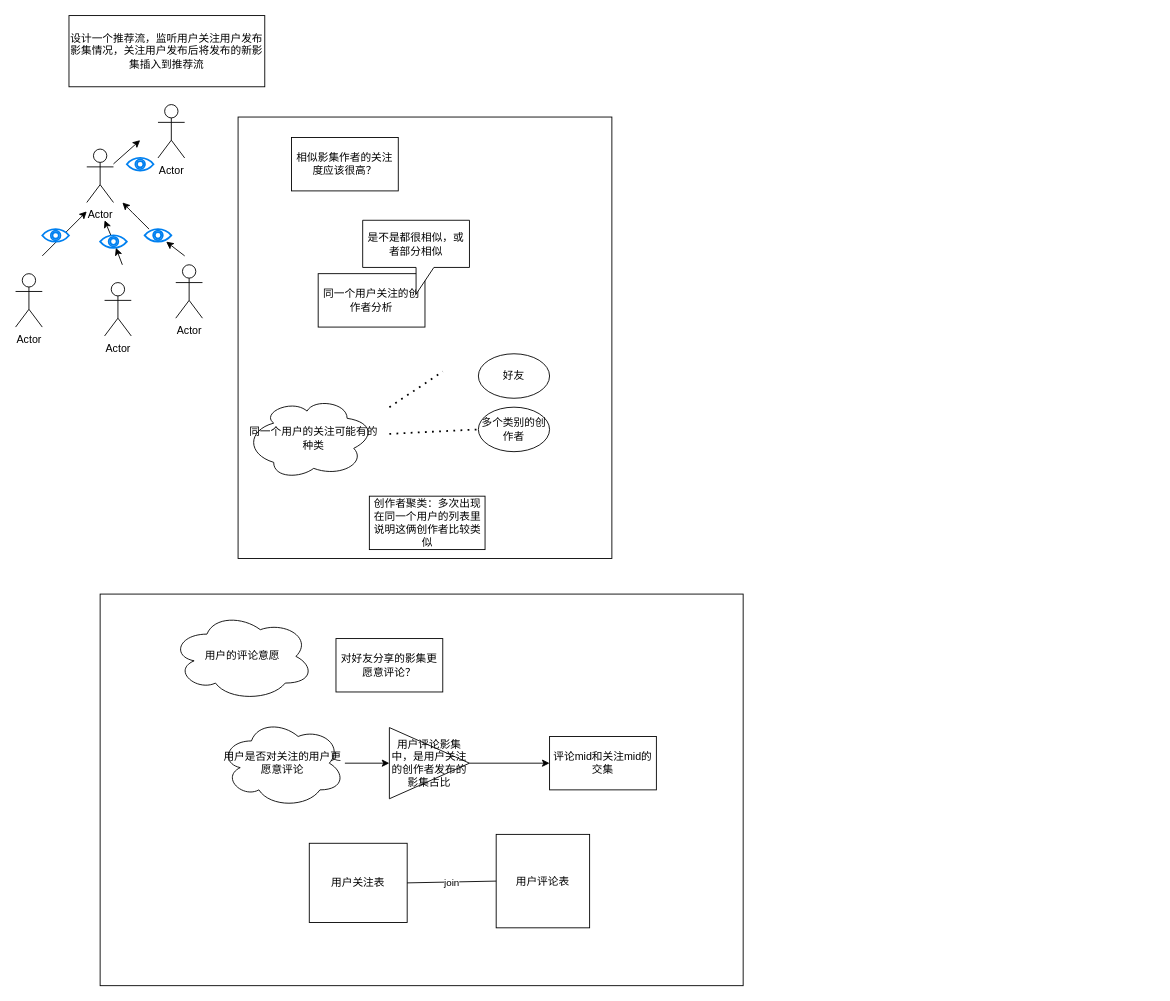
The draw.io diagram Untitled Diagram.drawio in xuerongchuan/helpers, before the edit. Source tidied: cells renumbered, new cells numbered last; positions are measured from the earlier drawing's top-left corner, leaving out a move shared by most shapes. Both pictures are drawn from the tidied source at 89%, with x=0, y=0 at pixel (15, 15).
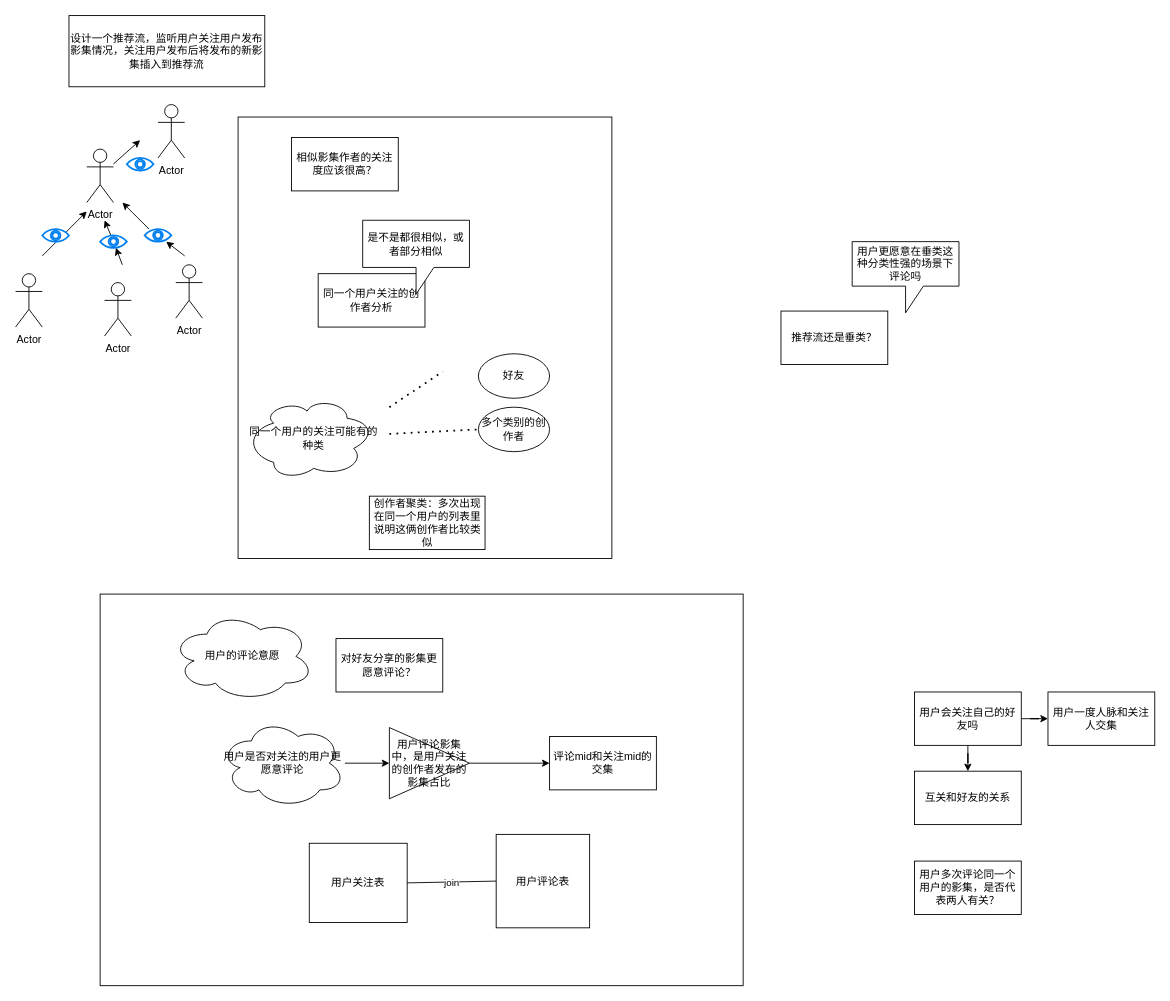
After the change.

Diff of the diagram source:
```diff
@@
+    <mxCell id="39" value="推荐流还是垂类？" style="rounded=0;whiteSpace=wrap;html=1;" parent="1" vertex="1">
+      <mxGeometry x="860" y="332" width="120" height="60" as="geometry" />
+    </mxCell>
+    <mxCell id="40" value="用户更愿意在垂类这种分类性强的场景下评论吗" style="shape=callout;whiteSpace=wrap;html=1;perimeter=calloutPerimeter;" parent="1" vertex="1">
+      <mxGeometry x="940" y="254" width="120" height="80" as="geometry" />
+    </mxCell>
+    <mxCell id="41" style="edgeStyle=orthogonalEdgeStyle;rounded=0;jettySize=auto;html=1;" parent="1" edge="1" source="43" target="44">
+      <mxGeometry relative="1" as="geometry" />
+    </mxCell>
+    <mxCell id="42" style="edgeStyle=orthogonalEdgeStyle;rounded=0;jettySize=auto;html=1;" parent="1" edge="1" source="43" target="45">
+      <mxGeometry relative="1" as="geometry" />
+    </mxCell>
+    <mxCell id="43" value="用户会关注自己的好友吗" style="rounded=0;whiteSpace=wrap;html=1;" parent="1" vertex="1">
+      <mxGeometry x="1010" y="760" width="120" height="60" as="geometry" />
+    </mxCell>
+    <mxCell id="44" value="用户一度人脉和关注人交集" style="rounded=0;whiteSpace=wrap;html=1;" parent="1" vertex="1">
+      <mxGeometry x="1160" y="760" width="120" height="60" as="geometry" />
+    </mxCell>
+    <mxCell id="45" value="互关和好友的关系" style="rounded=0;whiteSpace=wrap;html=1;" parent="1" vertex="1">
+      <mxGeometry x="1010" y="849" width="120" height="60" as="geometry" />
+    </mxCell>
+    <mxCell id="46" value="用户多次评论同一个用户的影集，是否代表两人有关？" style="rounded=0;whiteSpace=wrap;html=1;" parent="1" vertex="1">
+      <mxGeometry x="1010" y="950" width="120" height="60" as="geometry" />
+    </mxCell>
```
